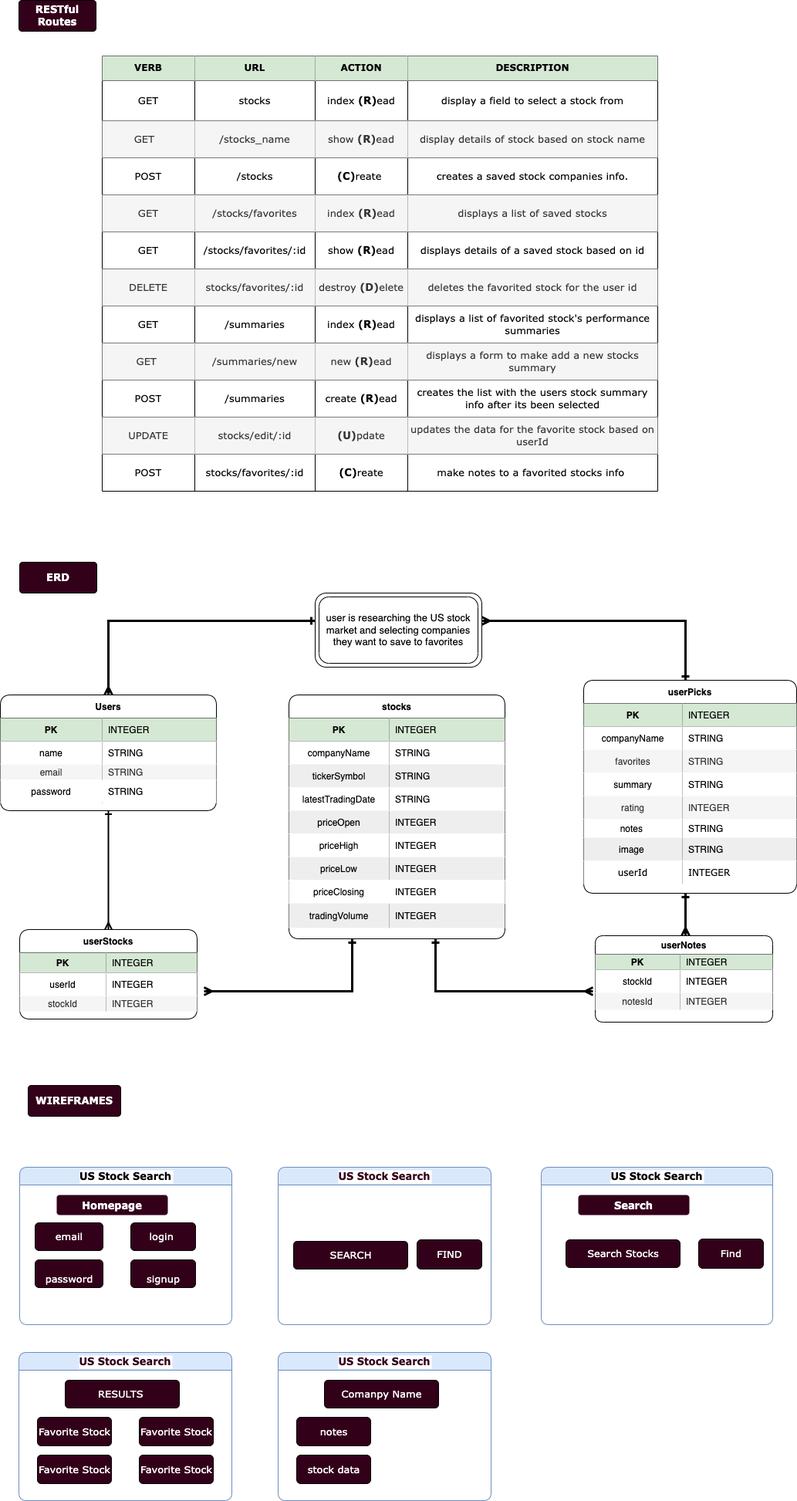
The draw.io diagram ERD.drawio.png in Professorsurf/Project-2, before a commit. Source tidied: cells renumbered, new cells last; positions are measured from the earlier drawing's top-left corner, leaving out a move shared by most shapes.
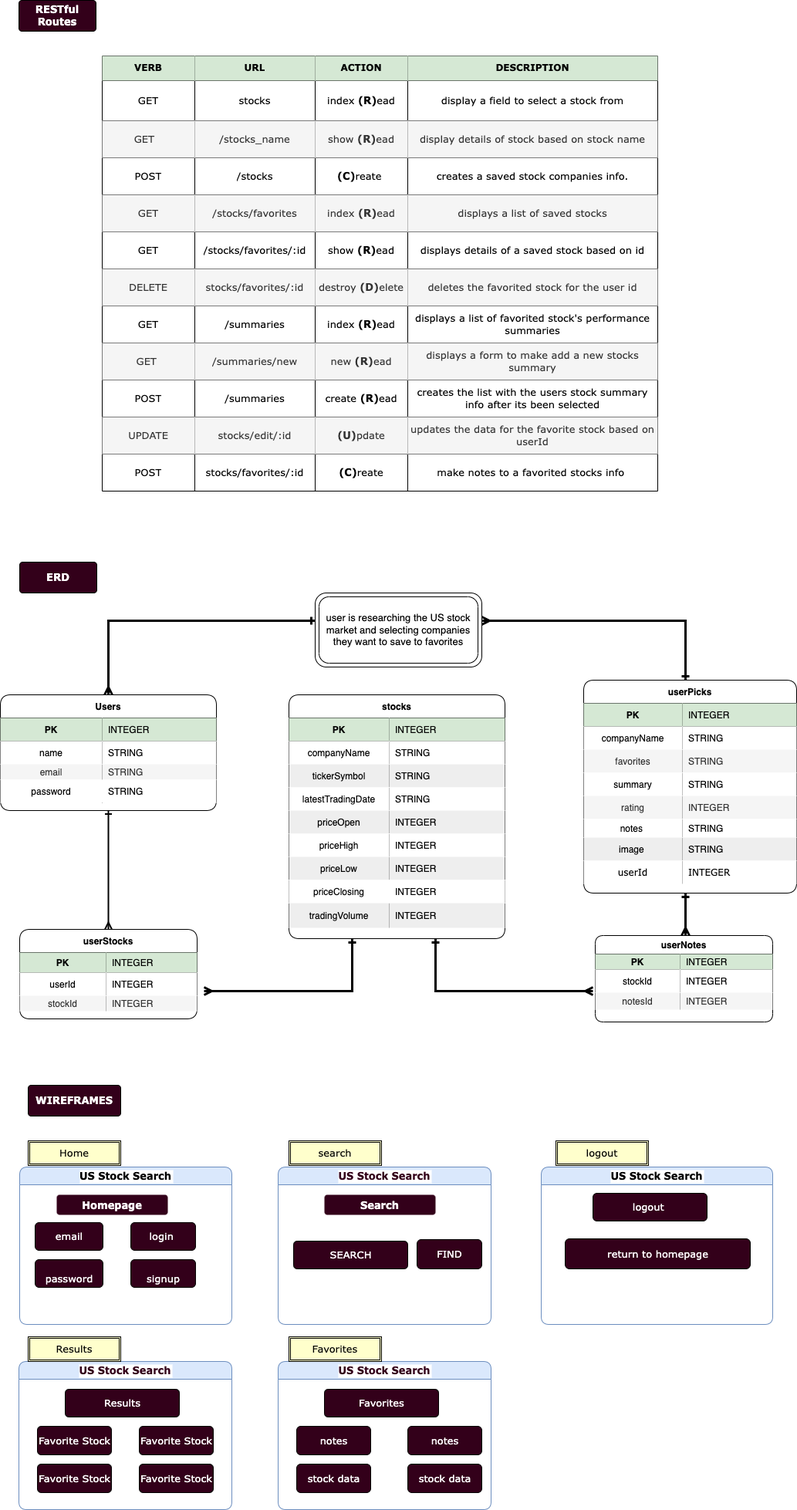
After the change.

The edit, as a diff of the source:
```diff
@@ -530,22 +530,22 @@
     <mxCell id="168" value="FIND" style="html=1;rounded=1;shadow=0;labelBackgroundColor=#33001A;sketch=0;fontFamily=Verdana;fontSize=13;fontColor=#FFFFFF;strokeWidth=1;fillColor=#33001A;" parent="166" vertex="1">
       <mxGeometry x="180" y="94" width="84" height="38" as="geometry" />
     </mxCell>
+    <mxCell id="170" value="Search" style="text;align=center;fontStyle=1;verticalAlign=middle;spacingLeft=3;spacingRight=3;strokeColor=none;rounded=1;shadow=0;labelBackgroundColor=#33001A;sketch=0;fontFamily=Verdana;fontSize=13;fontColor=#FFFFFF;fillColor=#33001A;" parent="166" vertex="1">
+      <mxGeometry x="60" y="36" width="144" height="26" as="geometry" />
+    </mxCell>
     <mxCell id="169" value="US Stock Search" style="swimlane;rounded=1;shadow=0;labelBackgroundColor=#FFFFFF;sketch=0;fontFamily=Verdana;fontSize=13;strokeWidth=1;fillColor=#dae8fc;strokeColor=#6c8ebf;" parent="1" vertex="1">
       <mxGeometry x="701" y="1512" width="300" height="204" as="geometry" />
     </mxCell>
-    <mxCell id="170" value="Search" style="text;align=center;fontStyle=1;verticalAlign=middle;spacingLeft=3;spacingRight=3;strokeColor=none;rounded=1;shadow=0;labelBackgroundColor=#33001A;sketch=0;fontFamily=Verdana;fontSize=13;fontColor=#FFFFFF;fillColor=#33001A;" parent="169" vertex="1">
-      <mxGeometry x="48" y="36" width="144" height="26" as="geometry" />
-    </mxCell>
-    <mxCell id="171" value="Search Stocks" style="html=1;rounded=1;shadow=0;labelBackgroundColor=#33001A;sketch=0;fontFamily=Verdana;fontSize=13;fontColor=#FFFFFF;strokeWidth=1;fillColor=#33001A;" parent="169" vertex="1">
-      <mxGeometry x="32" y="94" width="148" height="36" as="geometry" />
+    <mxCell id="171" value="logout&amp;nbsp;" style="html=1;rounded=1;shadow=0;labelBackgroundColor=#33001A;sketch=0;fontFamily=Verdana;fontSize=13;fontColor=#FFFFFF;strokeWidth=1;fillColor=#33001A;" parent="169" vertex="1">
+      <mxGeometry x="67" y="34" width="148" height="36" as="geometry" />
     </mxCell>
-    <mxCell id="172" value="Find" style="html=1;rounded=1;shadow=0;labelBackgroundColor=#33001A;sketch=0;fontFamily=Verdana;fontSize=13;fontColor=#FFFFFF;strokeWidth=1;fillColor=#33001A;" parent="169" vertex="1">
-      <mxGeometry x="204" y="93" width="84" height="38" as="geometry" />
+    <mxCell id="172" value="return to homepage" style="html=1;rounded=1;shadow=0;labelBackgroundColor=#33001A;sketch=0;fontFamily=Verdana;fontSize=13;fontColor=#FFFFFF;strokeWidth=1;fillColor=#33001A;" parent="169" vertex="1">
+      <mxGeometry x="31" y="93" width="240" height="39" as="geometry" />
     </mxCell>
     <mxCell id="173" value="US Stock Search" style="swimlane;rounded=1;shadow=0;labelBackgroundColor=#FFFFFF;sketch=0;fontFamily=Verdana;fontSize=13;strokeWidth=1;fillColor=#dae8fc;strokeColor=#6c8ebf;fontColor=#33001A;" parent="1" vertex="1">
-      <mxGeometry x="24" y="1752" width="276" height="192" as="geometry" />
+      <mxGeometry x="24" y="1764" width="276" height="192" as="geometry" />
     </mxCell>
-    <mxCell id="174" value="RESULTS&amp;nbsp;" style="html=1;rounded=1;shadow=0;labelBackgroundColor=#33001A;sketch=0;fontFamily=Verdana;fontSize=13;fontColor=#FFFFFF;strokeWidth=1;fillColor=#33001A;" parent="173" vertex="1">
+    <mxCell id="174" value="Results" style="html=1;rounded=1;shadow=0;labelBackgroundColor=#33001A;sketch=0;fontFamily=Verdana;fontSize=13;fontColor=#FFFFFF;strokeWidth=1;fillColor=#33001A;" parent="173" vertex="1">
       <mxGeometry x="60" y="36" width="148" height="36" as="geometry" />
     </mxCell>
     <mxCell id="175" value="Favorite Stock" style="html=1;rounded=1;shadow=0;labelBackgroundColor=#33001A;sketch=0;fontFamily=Verdana;fontSize=13;fontColor=#FFFFFF;strokeWidth=1;fillColor=#33001A;" parent="173" vertex="1">
@@ -561,9 +561,9 @@
       <mxGeometry x="156" y="133" width="96" height="37" as="geometry" />
     </mxCell>
     <mxCell id="179" value="US Stock Search" style="swimlane;rounded=1;shadow=0;labelBackgroundColor=#FFFFFF;sketch=0;fontFamily=Verdana;fontSize=13;strokeWidth=1;fillColor=#dae8fc;strokeColor=#6c8ebf;fontColor=#33001A;" parent="1" vertex="1">
-      <mxGeometry x="360" y="1752" width="276" height="192" as="geometry" />
+      <mxGeometry x="360" y="1764" width="276" height="192" as="geometry" />
     </mxCell>
-    <mxCell id="180" value="Comanpy Name" style="html=1;rounded=1;shadow=0;labelBackgroundColor=#33001A;sketch=0;fontFamily=Verdana;fontSize=13;fontColor=#FFFFFF;strokeWidth=1;fillColor=#33001A;" parent="179" vertex="1">
+    <mxCell id="180" value="Favorites" style="html=1;rounded=1;shadow=0;labelBackgroundColor=#33001A;sketch=0;fontFamily=Verdana;fontSize=13;fontColor=#FFFFFF;strokeWidth=1;fillColor=#33001A;" parent="179" vertex="1">
       <mxGeometry x="60" y="36" width="148" height="36" as="geometry" />
     </mxCell>
     <mxCell id="181" value="notes" style="html=1;rounded=1;shadow=0;labelBackgroundColor=#33001A;sketch=0;fontFamily=Verdana;fontSize=13;fontColor=#FFFFFF;strokeWidth=1;fillColor=#33001A;" parent="179" vertex="1">
@@ -572,5 +572,26 @@
     <mxCell id="182" value="stock data" style="html=1;rounded=1;shadow=0;labelBackgroundColor=#33001A;sketch=0;fontFamily=Verdana;fontSize=13;fontColor=#FFFFFF;strokeWidth=1;fillColor=#33001A;" parent="179" vertex="1">
       <mxGeometry x="24" y="133" width="96" height="37" as="geometry" />
     </mxCell>
+    <mxCell id="183" value="notes" style="html=1;rounded=1;shadow=0;labelBackgroundColor=#33001A;sketch=0;fontFamily=Verdana;fontSize=13;fontColor=#FFFFFF;strokeWidth=1;fillColor=#33001A;" parent="179" vertex="1">
+      <mxGeometry x="168" y="84" width="96" height="37" as="geometry" />
+    </mxCell>
+    <mxCell id="184" value="stock data" style="html=1;rounded=1;shadow=0;labelBackgroundColor=#33001A;sketch=0;fontFamily=Verdana;fontSize=13;fontColor=#FFFFFF;strokeWidth=1;fillColor=#33001A;" parent="179" vertex="1">
+      <mxGeometry x="168" y="133" width="96" height="37" as="geometry" />
+    </mxCell>
+    <mxCell id="185" value="search" style="shape=ext;double=1;rounded=0;whiteSpace=wrap;html=1;shadow=0;labelBackgroundColor=#FFFFCC;sketch=0;fontFamily=Verdana;fontSize=13;fontColor=#000000;strokeWidth=1;fillColor=#FFFFCC;gradientColor=none;" parent="1" vertex="1">
+      <mxGeometry x="374" y="1478" width="120" height="32" as="geometry" />
+    </mxCell>
+    <mxCell id="186" value="logout" style="shape=ext;double=1;rounded=0;whiteSpace=wrap;html=1;shadow=0;labelBackgroundColor=#FFFFCC;sketch=0;fontFamily=Verdana;fontSize=13;fontColor=#000000;strokeWidth=1;fillColor=#FFFFCC;gradientColor=none;" parent="1" vertex="1">
+      <mxGeometry x="720" y="1478" width="120" height="32" as="geometry" />
+    </mxCell>
+    <mxCell id="187" value="Home" style="shape=ext;double=1;rounded=0;whiteSpace=wrap;html=1;shadow=0;labelBackgroundColor=#FFFFCC;sketch=0;fontFamily=Verdana;fontSize=13;fontColor=#000000;strokeWidth=1;fillColor=#FFFFCC;gradientColor=none;" parent="1" vertex="1">
+      <mxGeometry x="36" y="1478" width="120" height="32" as="geometry" />
+    </mxCell>
+    <mxCell id="188" value="Results" style="shape=ext;double=1;rounded=0;whiteSpace=wrap;html=1;shadow=0;labelBackgroundColor=#FFFFCC;sketch=0;fontFamily=Verdana;fontSize=13;fontColor=#000000;strokeWidth=1;fillColor=#FFFFCC;gradientColor=none;" parent="1" vertex="1">
+      <mxGeometry x="36" y="1732" width="120" height="32" as="geometry" />
+    </mxCell>
+    <mxCell id="189" value="Favorites" style="shape=ext;double=1;rounded=0;whiteSpace=wrap;html=1;shadow=0;labelBackgroundColor=#FFFFCC;sketch=0;fontFamily=Verdana;fontSize=13;fontColor=#000000;strokeWidth=1;fillColor=#FFFFCC;gradientColor=none;" parent="1" vertex="1">
+      <mxGeometry x="374" y="1732" width="120" height="32" as="geometry" />
+    </mxCell>
   </root>
 </mxGraphModel>
```
